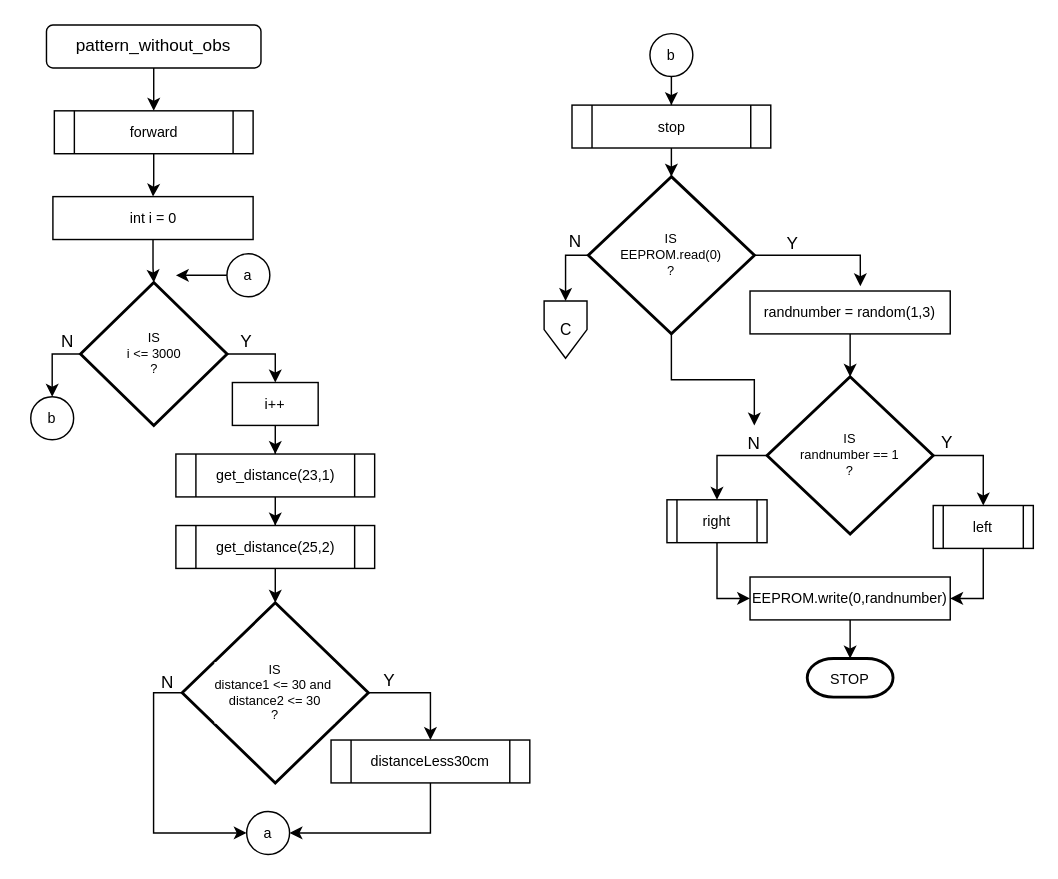
This is page "Page-5" (5 of 6) of water_level/Untitled Diagram.drawio from joashcabanilla/RoZer, a draw.io file, before an edit. Source tidied: cells renumbered, new cells numbered last; positions are measured from the earlier drawing's top-left corner, leaving out a move shared by most shapes. Both pictures are drawn from the tidied source at 143%, with x=0, y=0 at pixel (24, -104).
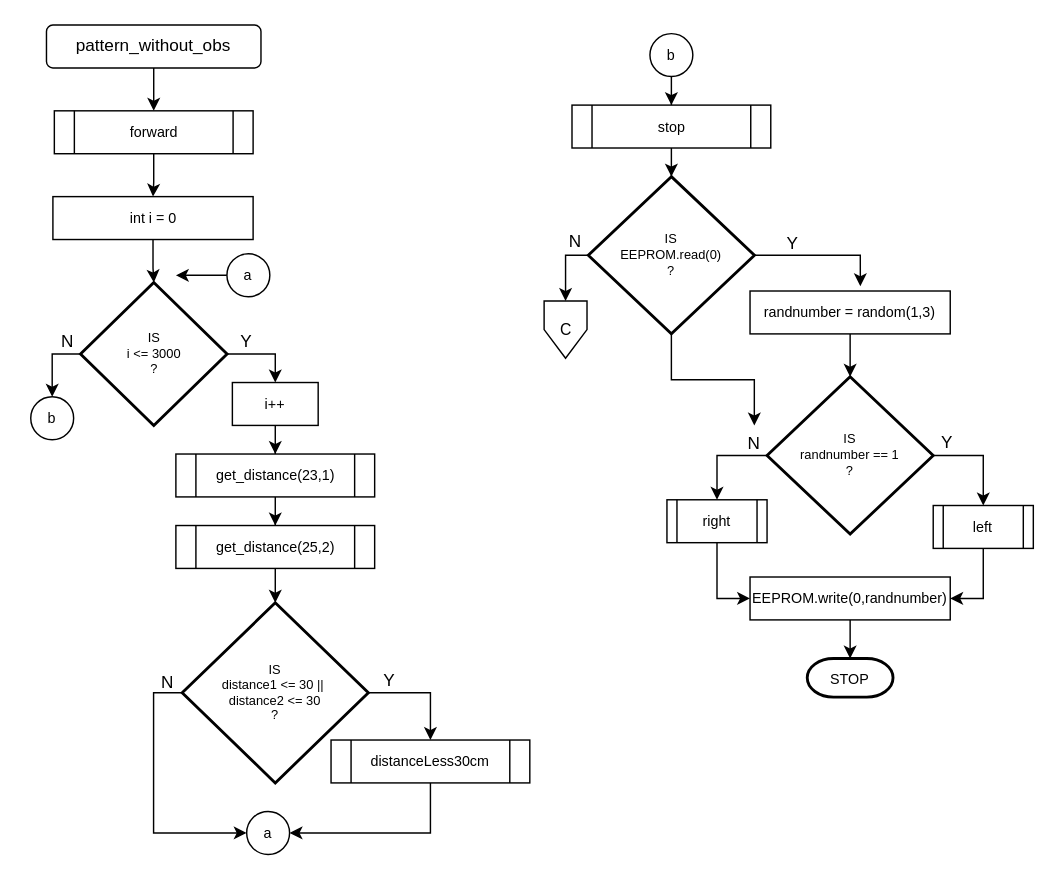
The same diagram, later.

What changed in the source:
```diff
@@
-    <mxCell id="21" value="IS&lt;br&gt;distance1 &amp;lt;= 30 and&amp;nbsp;&lt;br&gt;distance2 &amp;lt;= 30&lt;br&gt;?" style="strokeWidth=2;html=1;shape=mxgraph.flowchart.decision;whiteSpace=wrap;labelBackgroundColor=#FFFFFF;fontSize=9;" parent="1" vertex="1">
+    <mxCell id="21" value="IS&lt;br&gt;distance1 &amp;lt;= 30 ||&amp;nbsp;&lt;br&gt;distance2 &amp;lt;= 30&lt;br&gt;?" style="strokeWidth=2;html=1;shape=mxgraph.flowchart.decision;whiteSpace=wrap;labelBackgroundColor=#FFFFFF;fontSize=9;" parent="1" vertex="1">
       <mxGeometry x="109.9" y="494" width="130.2" height="126" as="geometry" />
     </mxCell>
```
